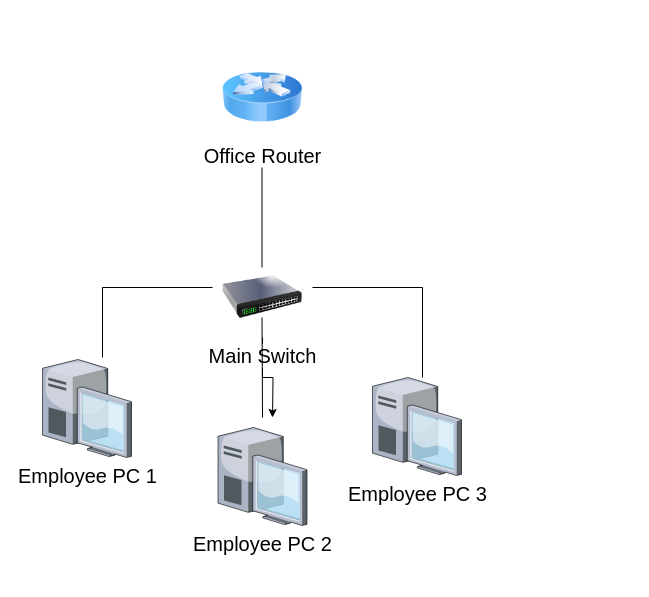
Earlier version of the draw.io diagram Basic Network Structure.drawio (Fromyi/fromyi). Source tidied: cells renumbered, new cells numbered last; positions are measured from the earlier drawing's top-left corner, leaving out a move shared by most shapes. Both pictures are drawn from the tidied source at 100%, with x=0, y=0 at pixel (42, 57).
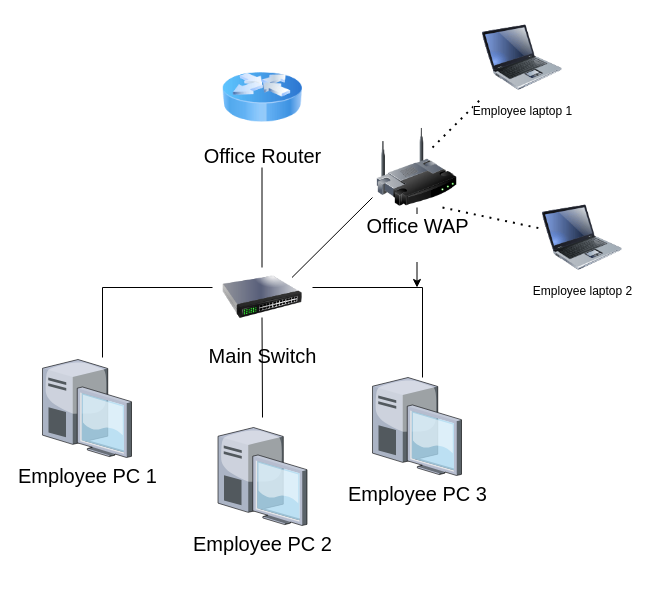
The same diagram, later.

The change refers to these unchanged cells:
```xml
<mxCell id="4" value="&lt;font style=&quot;font-size: 20px;&quot;&gt;Main Switch&lt;/font&gt;" style="image;html=1;image=img/lib/clip_art/networking/Switch_128x128.png;" parent="1" vertex="1">
  <mxGeometry x="180" y="200" width="80" height="80" as="geometry" />
</mxCell>
```

The edit, as a diff of the source:
```diff
@@
-    <mxCell id="3" style="edgeStyle=orthogonalEdgeStyle;rounded=0;jettySize=auto;html=1;" parent="1" edge="1" source="4">
-      <mxGeometry relative="1" as="geometry">
-        <mxPoint x="230" y="360" as="targetPoint" />
-      </mxGeometry>
-    </mxCell>
@@
+    <mxCell id="14" style="edgeStyle=orthogonalEdgeStyle;rounded=0;jettySize=auto;html=1;" parent="1" edge="1" source="15">
+      <mxGeometry relative="1" as="geometry">
+        <mxPoint x="374.5" y="230" as="targetPoint" />
+      </mxGeometry>
+    </mxCell>
+    <mxCell id="15" value="&lt;font style=&quot;font-size: 20px;&quot;&gt;Office WAP&lt;/font&gt;&lt;div&gt;&lt;font style=&quot;font-size: 20px;&quot;&gt;&lt;br&gt;&lt;/font&gt;&lt;/div&gt;" style="image;html=1;image=img/lib/clip_art/networking/Wireless_Router_128x128.png;" parent="1" vertex="1">
+      <mxGeometry x="334.5" y="70" width="80" height="80" as="geometry" />
+    </mxCell>
+    <mxCell id="16" style="endArrow=none;html=1;rounded=0;strokeColor=default;" parent="1" edge="1">
+      <mxGeometry relative="1" as="geometry">
+        <mxPoint x="249.5" y="220" as="sourcePoint" />
+        <mxPoint x="330" y="140" as="targetPoint" />
+      </mxGeometry>
+    </mxCell>
+    <mxCell id="17" style="endArrow=none;dashed=1;html=1;dashPattern=1 3;strokeWidth=2;rounded=0;" parent="1" edge="1" target="19">
+      <mxGeometry relative="1" as="geometry">
+        <mxPoint x="400" y="150" as="sourcePoint" />
+      </mxGeometry>
+    </mxCell>
+    <mxCell id="18" style="endArrow=none;dashed=1;html=1;dashPattern=1 3;strokeWidth=2;rounded=0;" parent="1" edge="1" target="20">
+      <mxGeometry relative="1" as="geometry">
+        <mxPoint x="390" y="90" as="sourcePoint" />
+      </mxGeometry>
+    </mxCell>
+    <mxCell id="19" value="&lt;div&gt;Employee laptop 2&lt;/div&gt;&lt;div&gt;&lt;br&gt;&lt;/div&gt;" style="image;html=1;image=img/lib/clip_art/computers/Laptop_128x128.png;" parent="1" vertex="1">
+      <mxGeometry x="500" y="140" width="80" height="80" as="geometry" />
+    </mxCell>
+    <mxCell id="20" value="&lt;div&gt;&lt;div&gt;Employee laptop 1&lt;/div&gt;&lt;/div&gt;&lt;div&gt;&lt;br&gt;&lt;/div&gt;" style="image;html=1;image=img/lib/clip_art/computers/Laptop_128x128.png;" parent="1" vertex="1">
+      <mxGeometry x="440" y="-40" width="80" height="80" as="geometry" />
+    </mxCell>
```
